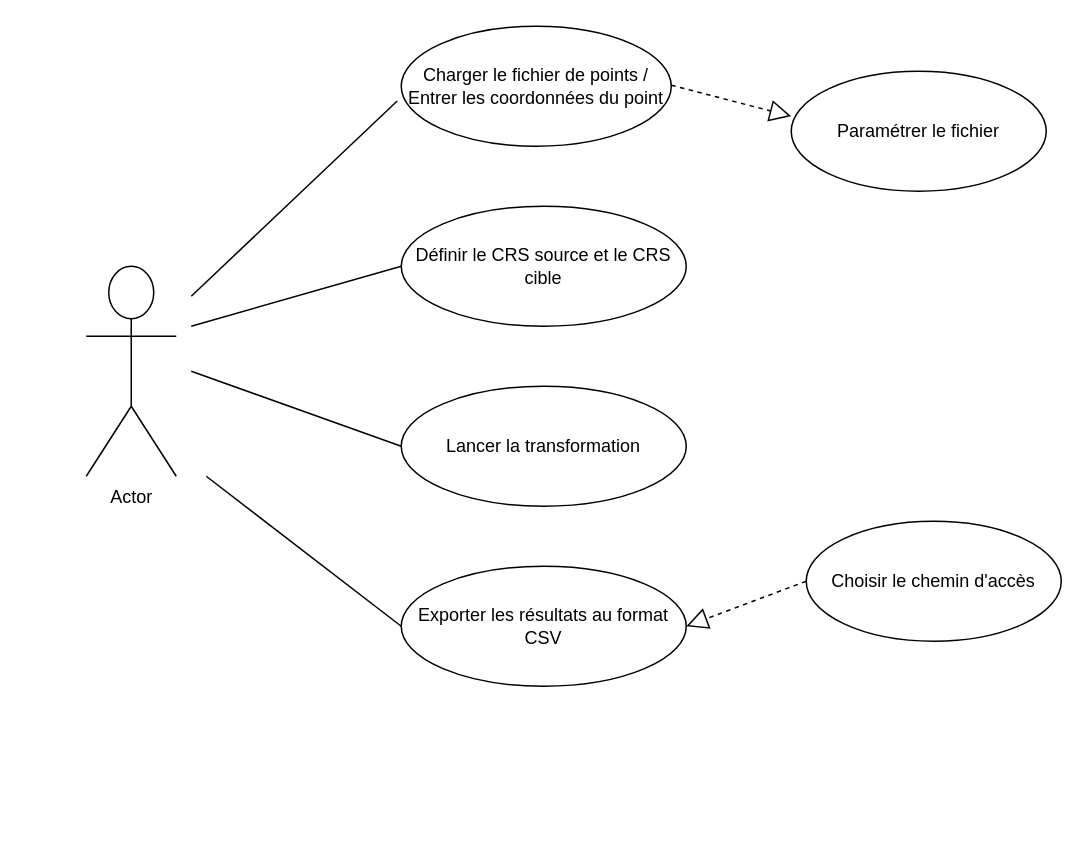
Berenice-AKA/mini keeps this draw.io diagram as Diagramme d'utilisation.drawio. Above is the earlier version. Source tidied: cells renumbered, new cells numbered last; positions are measured from the earlier drawing's top-left corner, leaving out a move shared by most shapes. Both pictures are drawn from the tidied source at 150%, with x=0, y=0 at pixel (86, 26).
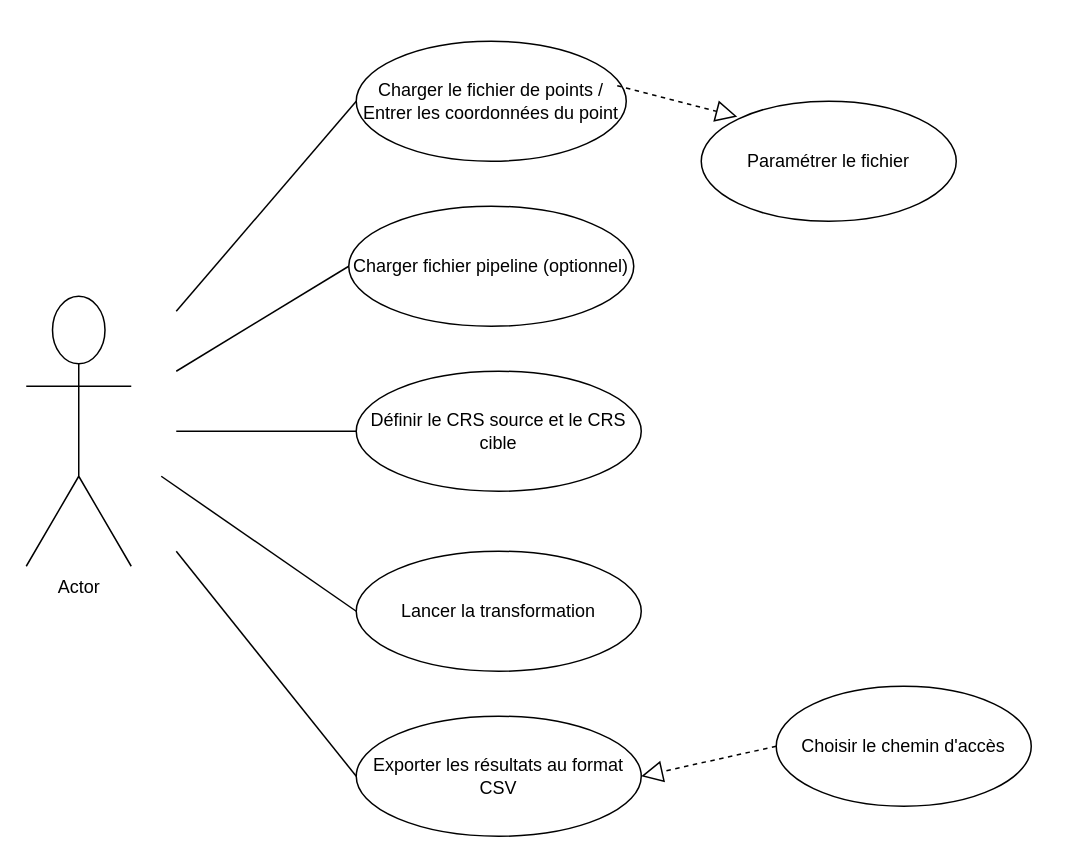
Above is the later version.

Commit message:
Mettre à jour Diagramme d'utilisation.drawio

Diff of the diagram source:
```diff
@@
     <mxCell id="2" value="Actor" style="shape=umlActor;verticalLabelPosition=bottom;verticalAlign=top;html=1;rotation=0;" parent="1" vertex="1">
-      <mxGeometry y="160" width="60" height="140" as="geometry" />
+      <mxGeometry x="-40" y="180" width="70" height="180" as="geometry" />
     </mxCell>
     <mxCell id="3" value="Charger le fichier de points / Entrer les coordonnées du point " style="ellipse;whiteSpace=wrap;html=1;" parent="1" vertex="1">
-      <mxGeometry x="210" width="180" height="80" as="geometry" />
+      <mxGeometry x="180" y="10" width="180" height="80" as="geometry" />
     </mxCell>
     <mxCell id="4" value="Définir le CRS source et le CRS cible" style="ellipse;whiteSpace=wrap;html=1;" parent="1" vertex="1">
-      <mxGeometry x="210" y="120" width="190" height="80" as="geometry" />
+      <mxGeometry x="180" y="230" width="190" height="80" as="geometry" />
     </mxCell>
     <mxCell id="5" value="Lancer la transformation" style="ellipse;whiteSpace=wrap;html=1;" parent="1" vertex="1">
-      <mxGeometry x="210" y="240" width="190" height="80" as="geometry" />
+      <mxGeometry x="180" y="350" width="190" height="80" as="geometry" />
     </mxCell>
     <mxCell id="6" value="Exporter les résultats au format CSV" style="ellipse;whiteSpace=wrap;html=1;" parent="1" vertex="1">
-      <mxGeometry x="210" y="360" width="190" height="80" as="geometry" />
+      <mxGeometry x="180" y="460" width="190" height="80" as="geometry" />
     </mxCell>
-    <mxCell id="7" style="endArrow=none;html=1;rounded=0;entryX=-0.015;entryY=0.623;entryDx=0;entryDy=0;entryPerimeter=0;" parent="1" edge="1" target="3">
+    <mxCell id="7" style="endArrow=none;html=1;rounded=0;entryX=0;entryY=0.5;entryDx=0;entryDy=0;" parent="1" edge="1" target="3">
       <mxGeometry relative="1" as="geometry">
-        <mxPoint x="70" y="180" as="sourcePoint" />
+        <mxPoint x="60" y="190" as="sourcePoint" />
       </mxGeometry>
     </mxCell>
     <mxCell id="8" style="endArrow=none;html=1;rounded=0;entryX=0;entryY=0.5;entryDx=0;entryDy=0;" parent="1" edge="1" target="4">
       <mxGeometry relative="1" as="geometry">
-        <mxPoint x="70" y="200" as="sourcePoint" />
+        <mxPoint x="60" y="270" as="sourcePoint" />
       </mxGeometry>
     </mxCell>
     <mxCell id="9" style="endArrow=none;html=1;rounded=0;entryX=0;entryY=0.5;entryDx=0;entryDy=0;" parent="1" edge="1" target="5">
       <mxGeometry relative="1" as="geometry">
-        <mxPoint x="70" y="230" as="sourcePoint" />
+        <mxPoint x="50" y="300" as="sourcePoint" />
       </mxGeometry>
     </mxCell>
     <mxCell id="10" style="endArrow=none;html=1;rounded=0;entryX=0;entryY=0.5;entryDx=0;entryDy=0;" parent="1" edge="1" target="6">
       <mxGeometry relative="1" as="geometry">
-        <mxPoint x="80" y="300" as="sourcePoint" />
+        <mxPoint x="60" y="350" as="sourcePoint" />
       </mxGeometry>
     </mxCell>
     <mxCell id="11" value="Paramétrer le fichier" style="ellipse;whiteSpace=wrap;html=1;" parent="1" vertex="1">
-      <mxGeometry x="470" y="30" width="170" height="80" as="geometry" />
+      <mxGeometry x="410" y="50" width="170" height="80" as="geometry" />
     </mxCell>
     <mxCell id="12" value="Choisir le chemin d'accès" style="ellipse;whiteSpace=wrap;html=1;" parent="1" vertex="1">
-      <mxGeometry x="480" y="330" width="170" height="80" as="geometry" />
+      <mxGeometry x="460" y="440" width="170" height="80" as="geometry" />
     </mxCell>
@@
     <mxCell id="14" style="endArrow=block;dashed=1;endFill=0;endSize=12;html=1;rounded=0;" parent="1" edge="1">
       <mxGeometry relative="1" as="geometry">
-        <mxPoint x="390" y="39.3" as="sourcePoint" />
-        <mxPoint x="470" y="60" as="targetPoint" />
+        <mxPoint x="354" y="39.6" as="sourcePoint" />
+        <mxPoint x="434" y="60.3" as="targetPoint" />
       </mxGeometry>
     </mxCell>
+    <mxCell id="15" value="Charger fichier pipeline (optionnel)" style="ellipse;whiteSpace=wrap;html=1;" parent="1" vertex="1">
+      <mxGeometry x="175" y="120" width="190" height="80" as="geometry" />
+    </mxCell>
+    <mxCell id="16" style="endArrow=none;html=1;rounded=0;entryX=0;entryY=0.5;entryDx=0;entryDy=0;" parent="1" edge="1" target="15">
+      <mxGeometry relative="1" as="geometry">
+        <mxPoint x="60" y="230" as="sourcePoint" />
+      </mxGeometry>
+    </mxCell>
```
